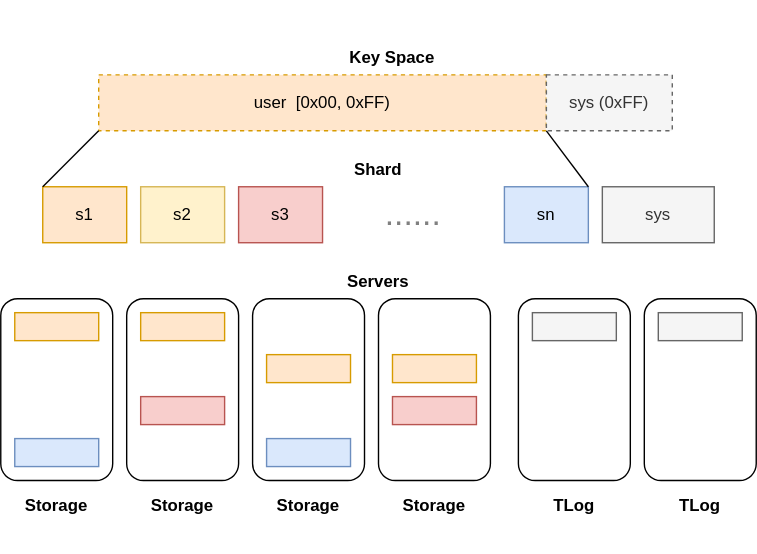
w41ter/foundationdb keeps this draw.io diagram as documentation/graphics/overview-3-keyspace.drawio.svg. Above is the earlier version. Source tidied: cells renumbered, new cells last; positions are measured from the earlier drawing's top-left corner, leaving out a move shared by most shapes.
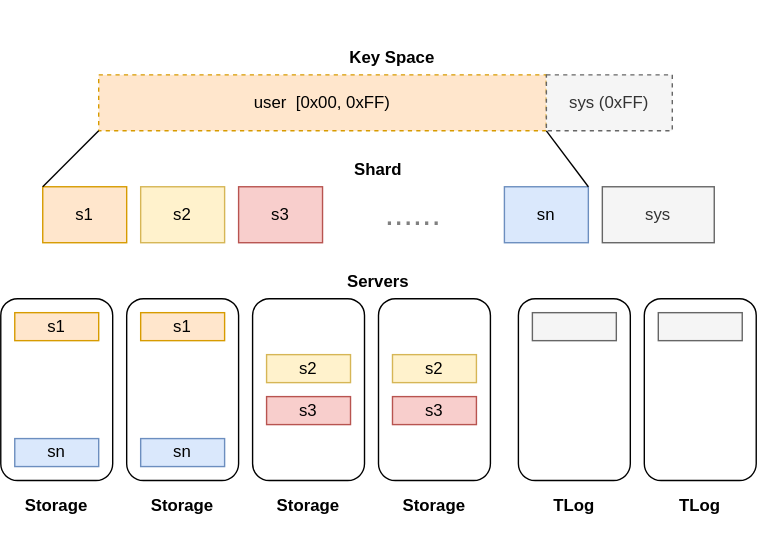
After the change.

Diff of the diagram source:
```diff
@@ -82,28 +82,28 @@
     <mxCell id="26" style="rounded=0;whiteSpace=wrap;html=1;fillColor=#f5f5f5;fontColor=#333333;strokeColor=#666666;" parent="1" vertex="1">
       <mxGeometry x="470" y="200" width="60" height="20" as="geometry" />
     </mxCell>
-    <mxCell id="27" style="rounded=0;whiteSpace=wrap;html=1;fillColor=#ffe6cc;strokeColor=#d79b00;" parent="1" vertex="1">
+    <mxCell id="27" value="s1" style="rounded=0;whiteSpace=wrap;html=1;fillColor=#ffe6cc;strokeColor=#d79b00;" parent="1" vertex="1">
       <mxGeometry x="10" y="200" width="60" height="20" as="geometry" />
     </mxCell>
-    <mxCell id="28" style="rounded=0;whiteSpace=wrap;html=1;fillColor=#ffe6cc;strokeColor=#d79b00;" parent="1" vertex="1">
+    <mxCell id="28" value="s1" style="rounded=0;whiteSpace=wrap;html=1;fillColor=#ffe6cc;strokeColor=#d79b00;" parent="1" vertex="1">
       <mxGeometry x="100" y="200" width="60" height="20" as="geometry" />
     </mxCell>
-    <mxCell id="29" style="rounded=0;whiteSpace=wrap;html=1;fillColor=#ffe6cc;strokeColor=#d79b00;" parent="1" vertex="1">
+    <mxCell id="29" value="s2" style="rounded=0;whiteSpace=wrap;html=1;fillColor=#fff2cc;strokeColor=#d6b656;" parent="1" vertex="1">
       <mxGeometry x="190" y="230" width="60" height="20" as="geometry" />
     </mxCell>
-    <mxCell id="30" style="rounded=0;whiteSpace=wrap;html=1;fillColor=#ffe6cc;strokeColor=#d79b00;" parent="1" vertex="1">
+    <mxCell id="30" value="s2" style="rounded=0;whiteSpace=wrap;html=1;fillColor=#fff2cc;strokeColor=#d6b656;" parent="1" vertex="1">
       <mxGeometry x="280" y="230" width="60" height="20" as="geometry" />
     </mxCell>
-    <mxCell id="31" style="rounded=0;whiteSpace=wrap;html=1;fillColor=#f8cecc;strokeColor=#b85450;" parent="1" vertex="1">
-      <mxGeometry x="100" y="260" width="60" height="20" as="geometry" />
+    <mxCell id="31" value="s3" style="rounded=0;whiteSpace=wrap;html=1;fillColor=#f8cecc;strokeColor=#b85450;" parent="1" vertex="1">
+      <mxGeometry x="190" y="260" width="60" height="20" as="geometry" />
     </mxCell>
-    <mxCell id="32" style="rounded=0;whiteSpace=wrap;html=1;fillColor=#f8cecc;strokeColor=#b85450;" parent="1" vertex="1">
+    <mxCell id="32" value="s3" style="rounded=0;whiteSpace=wrap;html=1;fillColor=#f8cecc;strokeColor=#b85450;" parent="1" vertex="1">
       <mxGeometry x="280" y="260" width="60" height="20" as="geometry" />
     </mxCell>
-    <mxCell id="33" style="rounded=0;whiteSpace=wrap;html=1;fillColor=#dae8fc;strokeColor=#6c8ebf;" parent="1" vertex="1">
-      <mxGeometry x="190" y="290" width="60" height="20" as="geometry" />
+    <mxCell id="33" value="sn" style="rounded=0;whiteSpace=wrap;html=1;fillColor=#dae8fc;strokeColor=#6c8ebf;" parent="1" vertex="1">
+      <mxGeometry x="100" y="290" width="60" height="20" as="geometry" />
     </mxCell>
-    <mxCell id="34" style="rounded=0;whiteSpace=wrap;html=1;fillColor=#dae8fc;strokeColor=#6c8ebf;" parent="1" vertex="1">
+    <mxCell id="34" value="sn" style="rounded=0;whiteSpace=wrap;html=1;fillColor=#dae8fc;strokeColor=#6c8ebf;" parent="1" vertex="1">
       <mxGeometry x="10" y="290" width="60" height="20" as="geometry" />
     </mxCell>
     <mxCell id="35" value="&lt;p style=&quot;line-height: 100%;&quot;&gt;&lt;font color=&quot;#000000&quot; style=&quot;font-size: 12px;&quot;&gt;Shard&lt;/font&gt;&lt;/p&gt;" style="text;strokeColor=none;align=center;fillColor=none;html=1;verticalAlign=middle;whiteSpace=wrap;rounded=0;strokeWidth=6;fontSize=24;fontColor=#808080;fontStyle=1;" parent="1" vertex="1">
```
